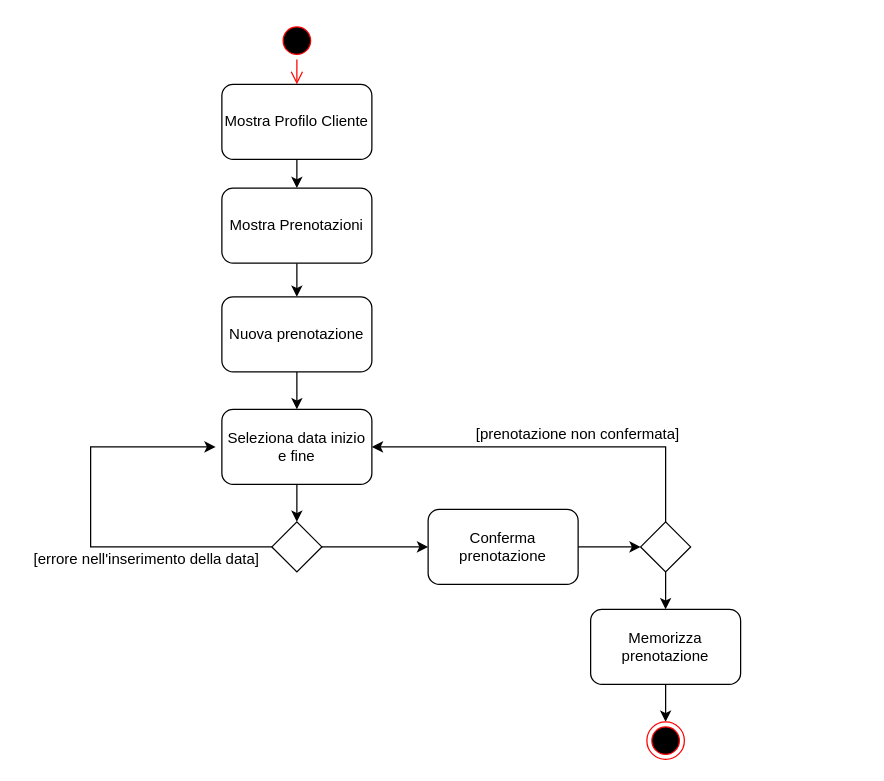
Before: Diagrammi_delle_attivita/Modificabili/diagramma_attivita_prenotazioni.drawio in fd-col/ProgettoIngegneriaDelSoftware, a draw.io diagram. Source tidied: cells renumbered, new cells numbered last; positions are measured from the earlier drawing's top-left corner, leaving out a move shared by most shapes. Both pictures are drawn from the tidied source at 125%, with x=0, y=0 at pixel (21, 21).
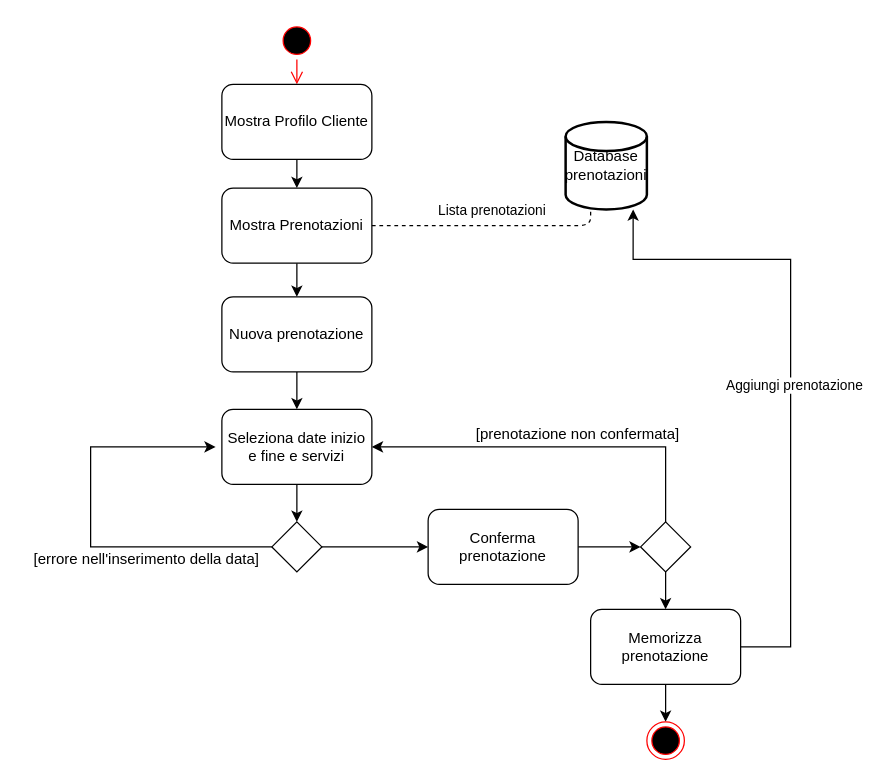
After the change.

The change refers to these unchanged cells:
```xml
<mxCell id="7" value="Mostra Prenotazioni" style="rounded=1;whiteSpace=wrap;html=1;" parent="1" vertex="1">
  <mxGeometry x="160" y="133" width="120" height="60" as="geometry" />
</mxCell>
<mxCell id="23" value="Memorizza prenotazione" style="rounded=1;whiteSpace=wrap;html=1;" parent="1" vertex="1">
  <mxGeometry x="455" y="470" width="120" height="60" as="geometry" />
</mxCell>
```

Change to the diagram source:
```diff
@@
-    <mxCell id="11" value="Seleziona data inizio e fine" style="rounded=1;whiteSpace=wrap;html=1;" parent="1" vertex="1">
+    <mxCell id="11" value="Seleziona date inizio e fine e servizi" style="rounded=1;whiteSpace=wrap;html=1;" parent="1" vertex="1">
       <mxGeometry x="160" y="310" width="120" height="60" as="geometry" />
     </mxCell>
@@
+    <mxCell id="25" style="edgeStyle=orthogonalEdgeStyle;rounded=0;jettySize=auto;html=1;entryX=0.831;entryY=1;entryDx=0;entryDy=0;entryPerimeter=0;" parent="1" edge="1" source="23" target="27">
+      <mxGeometry relative="1" as="geometry">
+        <Array as="points">
+          <mxPoint x="615" y="500" />
+          <mxPoint x="615" y="190" />
+          <mxPoint x="489" y="190" />
+        </Array>
+      </mxGeometry>
+    </mxCell>
+    <mxCell id="26" value="Aggiungi prenotazione" style="edgeLabel;html=1;align=center;verticalAlign=middle;" parent="25" vertex="1">
+      <mxGeometry x="-0.03" y="-2" relative="1" as="geometry" />
+    </mxCell>
@@
+    <mxCell id="27" value="Database&lt;br&gt;prenotazioni" style="strokeWidth=2;html=1;shape=mxgraph.flowchart.database;whiteSpace=wrap;" parent="1" vertex="1">
+      <mxGeometry x="435" y="80" width="65" height="70" as="geometry" />
+    </mxCell>
+    <mxCell id="28" style="endArrow=none;dashed=1;html=1;exitX=1;exitY=0.5;exitDx=0;exitDy=0;entryX=0.308;entryY=1;entryDx=0;entryDy=0;entryPerimeter=0;" parent="1" edge="1" source="7" target="27">
+      <mxGeometry relative="1" as="geometry">
+        <Array as="points">
+          <mxPoint x="455" y="163" />
+        </Array>
+      </mxGeometry>
+    </mxCell>
+    <mxCell id="29" value="Lista prenotazioni" style="edgeLabel;html=1;align=center;verticalAlign=middle;" parent="28" vertex="1">
+      <mxGeometry x="0.15" y="2" relative="1" as="geometry">
+        <mxPoint x="-13" y="-11" as="offset" />
+      </mxGeometry>
+    </mxCell>
```
